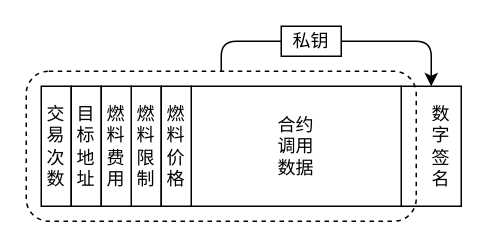
zxh0/blockchain-book keeps this draw.io diagram as page "Tx" (3 of 8) of draw/ch07.drawio. Above is the earlier version. Source tidied: cells renumbered, new cells numbered last; positions are measured from the earlier drawing's top-left corner, leaving out a move shared by most shapes. Both pictures are drawn from the tidied source at 150%, with x=0, y=0 at pixel (26, 26).
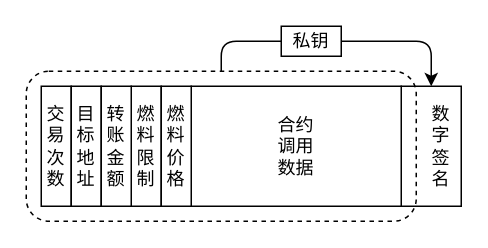
The same diagram, later.

Diff of the diagram source:
```diff
@@
 <mxGraphModel>
   <root>
     <mxCell id="0" />
     <mxCell id="1" parent="0" />
     <mxCell id="2" value="&amp;nbsp; &amp;nbsp; 数&lt;br&gt;&amp;nbsp; &amp;nbsp; 字&lt;br&gt;&amp;nbsp; &amp;nbsp; 签&lt;br&gt;&amp;nbsp; &amp;nbsp; 名" style="rounded=0;whiteSpace=wrap;html=1;" parent="1" vertex="1">
       <mxGeometry x="250" y="40" width="40" height="80" as="geometry" />
     </mxCell>
     <mxCell id="3" style="rounded=1;whiteSpace=wrap;html=1;fillColor=none;dashed=1;" parent="1" vertex="1">
       <mxGeometry y="30" width="260" height="100" as="geometry" />
     </mxCell>
     <mxCell id="4" value="交易次数" style="rounded=0;whiteSpace=wrap;html=1;" parent="1" vertex="1">
       <mxGeometry x="10" y="40" width="20" height="80" as="geometry" />
     </mxCell>
     <mxCell id="5" value="燃料限制" style="rounded=0;whiteSpace=wrap;html=1;" parent="1" vertex="1">
       <mxGeometry x="70" y="40" width="20" height="80" as="geometry" />
     </mxCell>
     <mxCell id="6" value="目标地址" style="rounded=0;whiteSpace=wrap;html=1;" parent="1" vertex="1">
       <mxGeometry x="30" y="40" width="20" height="80" as="geometry" />
     </mxCell>
-    <mxCell id="7" value="燃料费用" style="rounded=0;whiteSpace=wrap;html=1;" parent="1" vertex="1">
+    <mxCell id="7" value="转账金额" style="rounded=0;whiteSpace=wrap;html=1;" parent="1" vertex="1">
       <mxGeometry x="50" y="40" width="20" height="80" as="geometry" />
     </mxCell>
     <mxCell id="8" value="合约&lt;br&gt;调用&lt;br&gt;数据" style="rounded=0;whiteSpace=wrap;html=1;" parent="1" vertex="1">
       <mxGeometry x="110" y="40" width="140" height="80" as="geometry" />
     </mxCell>
     <mxCell id="9" style="edgeStyle=none;html=1;exitX=0.5;exitY=0;exitDx=0;exitDy=0;entryX=0;entryY=0.5;entryDx=0;entryDy=0;endArrow=none;endFill=0;" parent="1" edge="1" source="3" target="11">
       <mxGeometry relative="1" as="geometry">
         <Array as="points">
           <mxPoint x="130" y="10" />
         </Array>
       </mxGeometry>
     </mxCell>
     <mxCell id="10" style="edgeStyle=none;html=1;exitX=1;exitY=0.5;exitDx=0;exitDy=0;entryX=0.5;entryY=0;entryDx=0;entryDy=0;" parent="1" edge="1" source="11" target="2">
       <mxGeometry relative="1" as="geometry">
         <Array as="points">
           <mxPoint x="270" y="10" />
         </Array>
       </mxGeometry>
     </mxCell>
     <mxCell id="11" value="私钥" style="rounded=0;whiteSpace=wrap;html=1;" parent="1" vertex="1">
       <mxGeometry x="170" width="40" height="20" as="geometry" />
     </mxCell>
     <mxCell id="12" value="燃料价格" style="rounded=0;whiteSpace=wrap;html=1;" parent="1" vertex="1">
       <mxGeometry x="90" y="40" width="20" height="80" as="geometry" />
     </mxCell>
   </root>
 </mxGraphModel>
```
